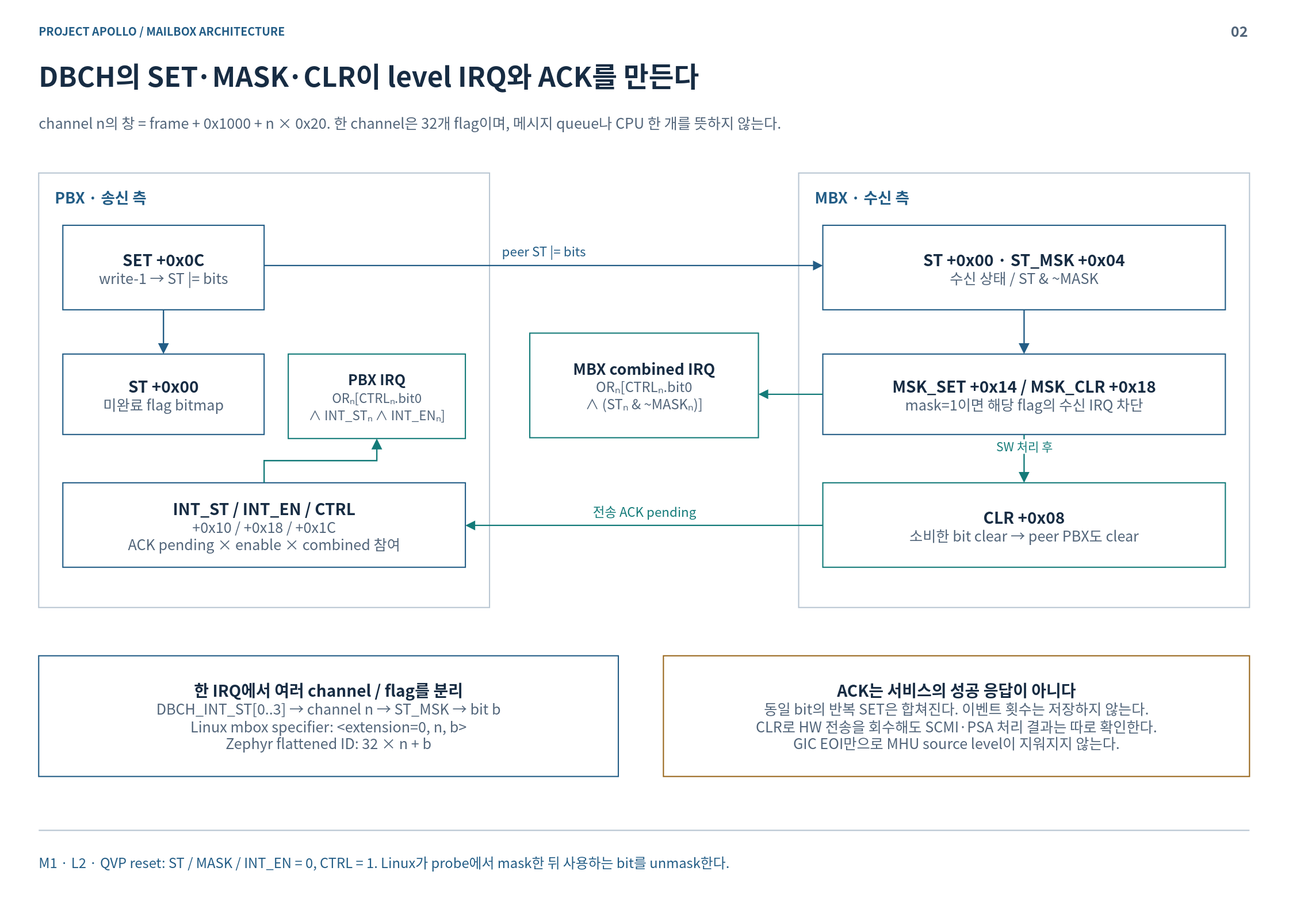
Earlier version of the draw.io export doc/phase1/mailbox/diagrams/02-registers.drawio.svg (cometzero/project-apollo). Source tidied: cells renumbered, new cells last; positions are measured from the earlier drawing's top-left corner, leaving out a move shared by most shapes.
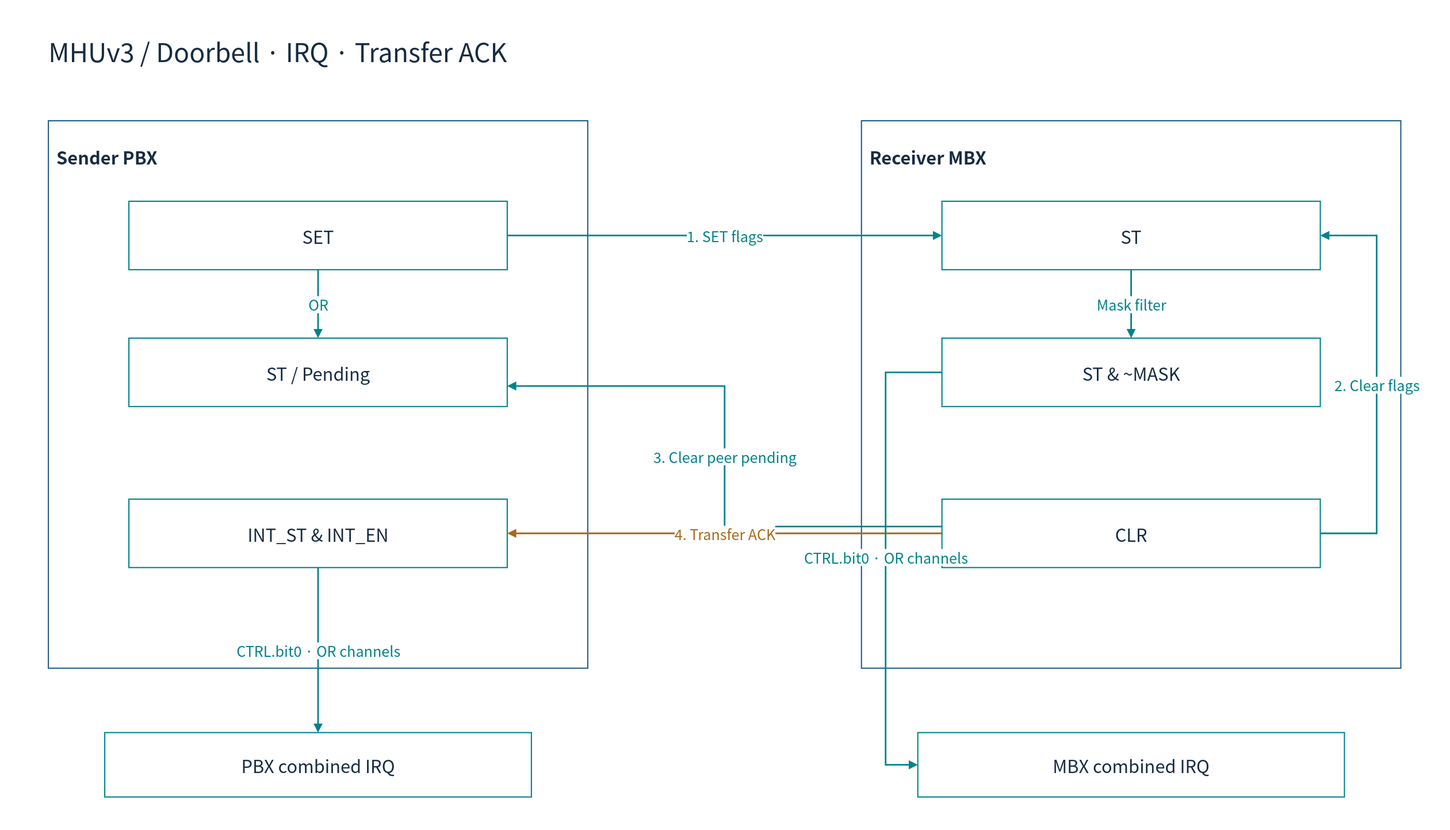
The same diagram one commit later.

The edit, as a diff of the source:
```diff
@@ -2,111 +2,80 @@
   <root>
     <mxCell id="0" />
     <mxCell id="1" parent="0" />
-    <mxCell id="2" style="rounded=0;whiteSpace=wrap;html=1;fillColor=#FFFFFF;strokeWidth=1.5;fontFamily=Noto Sans CJK KR;fontSize=18;spacing=12;fontColor=#172C43;strokeColor=none;" parent="1" vertex="1">
-      <mxGeometry width="1600" height="1120" as="geometry" />
+    <mxCell id="2" style="rounded=0;whiteSpace=wrap;html=1;fillColor=#FFFFFF;strokeColor=none;strokeWidth=1.5;fontColor=#172C43;fontFamily=Noto Sans CJK KR;fontSize=22;spacing=10;" parent="1" vertex="1">
+      <mxGeometry width="1800" height="1030" as="geometry" />
     </mxCell>
-    <mxCell id="3" value="PROJECT APOLLO / MAILBOX ARCHITECTURE" style="rounded=0;whiteSpace=wrap;html=1;fillColor=#FFFFFF;strokeWidth=1.5;fontFamily=Noto Sans CJK KR;fontSize=18;spacing=12;fontColor=#172C43;strokeColor=none;fillColor=none;spacing=0;align=left;verticalAlign=middle;fontSize=14;fontColor=#235D86;fontStyle=1;" parent="1" vertex="1">
-      <mxGeometry x="48" y="26" width="1400" height="24" as="geometry" />
-    </mxCell>
-    <mxCell id="4" value="02" style="rounded=0;whiteSpace=wrap;html=1;fillColor=#FFFFFF;strokeWidth=1.5;fontFamily=Noto Sans CJK KR;fontSize=18;spacing=12;fontColor=#172C43;strokeColor=none;fillColor=none;spacing=0;align=right;verticalAlign=middle;fontSize=18;fontColor=#52657A;fontStyle=1;" parent="1" vertex="1">
-      <mxGeometry x="1485" y="23" width="65" height="30" as="geometry" />
-    </mxCell>
-    <mxCell id="5" value="DBCH의 SET·MASK·CLR이 level IRQ와 ACK를 만든다" style="rounded=0;whiteSpace=wrap;html=1;fillColor=#FFFFFF;strokeWidth=1.5;fontFamily=Noto Sans CJK KR;fontSize=18;spacing=12;fontColor=#172C43;strokeColor=none;fillColor=none;spacing=0;align=left;verticalAlign=middle;fontSize=34;fontColor=#172C43;fontStyle=1;" parent="1" vertex="1">
-      <mxGeometry x="48" y="67" width="1504" height="54" as="geometry" />
+    <mxCell id="5" value="MHUv3 / Doorbell · IRQ · Transfer ACK" style="rounded=0;whiteSpace=wrap;html=1;fillColor=#FFFFFF;strokeColor=none;strokeWidth=1.5;fontColor=#172C43;fontFamily=Noto Sans CJK KR;fontSize=22;spacing=10;fontSize=32;align=left;" parent="1" vertex="1">
+      <mxGeometry x="50" y="30" width="1700" height="65" as="geometry" />
     </mxCell>
-    <mxCell id="6" value="channel n의 창 = frame + 0x1000 + n × 0x20. 한 channel은 32개 flag이며, 메시지 queue나 CPU 한 개를 뜻하지 않는다." style="rounded=0;whiteSpace=wrap;html=1;fillColor=#FFFFFF;strokeWidth=1.5;fontFamily=Noto Sans CJK KR;fontSize=18;spacing=12;fontColor=#172C43;strokeColor=none;fillColor=none;spacing=0;align=left;verticalAlign=middle;fontSize=18;fontColor=#52657A;fontStyle=0;" parent="1" vertex="1">
-      <mxGeometry x="48" y="127" width="1504" height="50" as="geometry" />
-    </mxCell>
-    <mxCell id="7" style="html=1;whiteSpace=nowrap;edgeStyle=none;endArrow=none;endSize=8;strokeWidth=1.6;strokeColor=#BAC7D3;fontColor=#BAC7D3;fontFamily=Noto Sans CJK KR;fontSize=16;labelBackgroundColor=#FFFFFF;dashed=0;" parent="1" edge="1">
-      <mxGeometry relative="1" as="geometry">
-        <mxPoint x="48" y="1032" as="sourcePoint" />
-        <mxPoint x="1552" y="1032" as="targetPoint" />
-      </mxGeometry>
-    </mxCell>
-    <mxCell id="8" value="M1 · L2 · QVP reset: ST / MASK / INT_EN = 0, CTRL = 1. Linux가 probe에서 mask한 뒤 사용하는 bit를 unmask한다." style="rounded=0;whiteSpace=wrap;html=1;fillColor=#FFFFFF;strokeWidth=1.5;fontFamily=Noto Sans CJK KR;fontSize=18;spacing=12;fontColor=#172C43;strokeColor=none;fillColor=none;spacing=0;align=left;verticalAlign=middle;fontSize=17;fontColor=#235D86;fontStyle=0;" parent="1" vertex="1">
-      <mxGeometry x="48" y="1047" width="1504" height="50" as="geometry" />
-    </mxCell>
-    <mxCell id="9" style="rounded=0;whiteSpace=wrap;html=1;fillColor=#FFFFFF;strokeWidth=1.5;fontFamily=Noto Sans CJK KR;fontSize=18;spacing=12;fontColor=#172C43;strokeColor=#BAC7D3;" parent="1" vertex="1">
-      <mxGeometry x="48" y="215" width="560" height="540" as="geometry" />
+    <mxCell id="9" value="Sender PBX" style="rounded=0;whiteSpace=wrap;html=1;fillColor=#FFFFFF;strokeColor=#235D86;strokeWidth=1.5;fontColor=#172C43;fontFamily=Noto Sans CJK KR;fontSize=22;spacing=10;verticalAlign=top;fontStyle=1;spacingTop=16;align=left;" parent="1" vertex="1">
+      <mxGeometry x="60" y="150" width="670" height="680" as="geometry" />
     </mxCell>
-    <mxCell id="10" value="PBX · 송신 측" style="rounded=0;whiteSpace=wrap;html=1;fillColor=#FFFFFF;strokeWidth=1.5;fontFamily=Noto Sans CJK KR;fontSize=18;spacing=12;fontColor=#172C43;strokeColor=none;fillColor=none;spacing=0;align=left;verticalAlign=middle;fontSize=19;fontColor=#235D86;fontStyle=1;" parent="1" vertex="1">
-      <mxGeometry x="68" y="229" width="520" height="32" as="geometry" />
-    </mxCell>
-    <mxCell id="11" value="&lt;b style=&quot;font-size:20px&quot;&gt;SET +0x0C&lt;/b&gt;&lt;br&gt;&lt;font color=&quot;#52657A&quot; style=&quot;font-size:18px&quot;&gt;write-1 → ST |= bits&lt;/font&gt;" style="rounded=0;whiteSpace=wrap;html=1;fillColor=#FFFFFF;strokeWidth=1.5;fontFamily=Noto Sans CJK KR;fontSize=18;spacing=12;fontColor=#172C43;strokeColor=#235D86;" parent="1" vertex="1">
-      <mxGeometry x="78" y="280" width="250" height="105" as="geometry" />
+    <mxCell id="11" value="SET" style="rounded=0;whiteSpace=wrap;html=1;fillColor=#FFFFFF;strokeColor=#00838A;strokeWidth=1.5;fontColor=#172C43;fontFamily=Noto Sans CJK KR;fontSize=22;spacing=10;" parent="9" vertex="1">
+      <mxGeometry x="100" y="100" width="470" height="85" as="geometry" />
     </mxCell>
-    <mxCell id="12" value="&lt;b style=&quot;font-size:20px&quot;&gt;ST +0x00&lt;/b&gt;&lt;br&gt;&lt;font color=&quot;#52657A&quot; style=&quot;font-size:18px&quot;&gt;미완료 flag bitmap&lt;/font&gt;" style="rounded=0;whiteSpace=wrap;html=1;fillColor=#FFFFFF;strokeWidth=1.5;fontFamily=Noto Sans CJK KR;fontSize=18;spacing=12;fontColor=#172C43;strokeColor=#235D86;" parent="1" vertex="1">
-      <mxGeometry x="78" y="440" width="250" height="100" as="geometry" />
-    </mxCell>
+    <mxCell id="30" value="ST / Pending" style="rounded=0;whiteSpace=wrap;html=1;fillColor=#FFFFFF;strokeColor=#00838A;strokeWidth=1.5;fontColor=#172C43;fontFamily=Noto Sans CJK KR;fontSize=22;spacing=10;" parent="9" vertex="1">
+      <mxGeometry x="100" y="270" width="470" height="85" as="geometry" />
+    </mxCell>
-    <mxCell id="13" value="&lt;b style=&quot;font-size:20px&quot;&gt;INT_ST / INT_EN / CTRL&lt;/b&gt;&lt;br&gt;&lt;font color=&quot;#52657A&quot; style=&quot;font-size:18px&quot;&gt;+0x10 / +0x18 / +0x1C&lt;br&gt;ACK pending × enable × combined 참여&lt;/font&gt;" style="rounded=0;whiteSpace=wrap;html=1;fillColor=#FFFFFF;strokeWidth=1.5;fontFamily=Noto Sans CJK KR;fontSize=18;spacing=12;fontColor=#172C43;strokeColor=#235D86;" parent="1" vertex="1">
-      <mxGeometry x="78" y="600" width="500" height="105" as="geometry" />
+    <mxCell id="13" value="INT_ST &amp;amp; INT_EN" style="rounded=0;whiteSpace=wrap;html=1;fillColor=#FFFFFF;strokeColor=#00838A;strokeWidth=1.5;fontColor=#172C43;fontFamily=Noto Sans CJK KR;fontSize=22;spacing=10;" parent="9" vertex="1">
+      <mxGeometry x="100" y="470" width="470" height="85" as="geometry" />
     </mxCell>
-    <mxCell id="14" style="rounded=0;whiteSpace=wrap;html=1;fillColor=#FFFFFF;strokeWidth=1.5;fontFamily=Noto Sans CJK KR;fontSize=18;spacing=12;fontColor=#172C43;strokeColor=#BAC7D3;" parent="1" vertex="1">
-      <mxGeometry x="992" y="215" width="560" height="540" as="geometry" />
+    <mxCell id="14" value="Receiver MBX" style="rounded=0;whiteSpace=wrap;html=1;fillColor=#FFFFFF;strokeColor=#235D86;strokeWidth=1.5;fontColor=#172C43;fontFamily=Noto Sans CJK KR;fontSize=22;spacing=10;verticalAlign=top;fontStyle=1;spacingTop=16;align=left;" parent="1" vertex="1">
+      <mxGeometry x="1070" y="150" width="670" height="680" as="geometry" />
     </mxCell>
-    <mxCell id="15" value="MBX · 수신 측" style="rounded=0;whiteSpace=wrap;html=1;fillColor=#FFFFFF;strokeWidth=1.5;fontFamily=Noto Sans CJK KR;fontSize=18;spacing=12;fontColor=#172C43;strokeColor=none;fillColor=none;spacing=0;align=left;verticalAlign=middle;fontSize=19;fontColor=#235D86;fontStyle=1;" parent="1" vertex="1">
-      <mxGeometry x="1012" y="229" width="520" height="32" as="geometry" />
-    </mxCell>
-    <mxCell id="16" value="&lt;b style=&quot;font-size:20px&quot;&gt;ST +0x00 · ST_MSK +0x04&lt;/b&gt;&lt;br&gt;&lt;font color=&quot;#52657A&quot; style=&quot;font-size:18px&quot;&gt;수신 상태 / ST &amp;amp; ~MASK&lt;/font&gt;" style="rounded=0;whiteSpace=wrap;html=1;fillColor=#FFFFFF;strokeWidth=1.5;fontFamily=Noto Sans CJK KR;fontSize=18;spacing=12;fontColor=#172C43;strokeColor=#235D86;" parent="1" vertex="1">
-      <mxGeometry x="1022" y="280" width="500" height="105" as="geometry" />
-    </mxCell>
+    <mxCell id="31" value="ST" style="rounded=0;whiteSpace=wrap;html=1;fillColor=#FFFFFF;strokeColor=#00838A;strokeWidth=1.5;fontColor=#172C43;fontFamily=Noto Sans CJK KR;fontSize=22;spacing=10;" parent="14" vertex="1">
+      <mxGeometry x="100" y="100" width="470" height="85" as="geometry" />
+    </mxCell>
-    <mxCell id="17" value="&lt;b style=&quot;font-size:20px&quot;&gt;MSK_SET +0x14 / MSK_CLR +0x18&lt;/b&gt;&lt;br&gt;&lt;font color=&quot;#52657A&quot; style=&quot;font-size:18px&quot;&gt;mask=1이면 해당 flag의 수신 IRQ 차단&lt;/font&gt;" style="rounded=0;whiteSpace=wrap;html=1;fillColor=#FFFFFF;strokeWidth=1.5;fontFamily=Noto Sans CJK KR;fontSize=18;spacing=12;fontColor=#172C43;strokeColor=#235D86;" parent="1" vertex="1">
-      <mxGeometry x="1022" y="440" width="500" height="100" as="geometry" />
+    <mxCell id="17" value="ST &amp;amp; ~MASK" style="rounded=0;whiteSpace=wrap;html=1;fillColor=#FFFFFF;strokeColor=#00838A;strokeWidth=1.5;fontColor=#172C43;fontFamily=Noto Sans CJK KR;fontSize=22;spacing=10;" parent="14" vertex="1">
+      <mxGeometry x="100" y="270" width="470" height="85" as="geometry" />
     </mxCell>
-    <mxCell id="18" value="&lt;b style=&quot;font-size:20px&quot;&gt;CLR +0x08&lt;/b&gt;&lt;br&gt;&lt;font color=&quot;#52657A&quot; style=&quot;font-size:18px&quot;&gt;소비한 bit clear → peer PBX도 clear&lt;/font&gt;" style="rounded=0;whiteSpace=wrap;html=1;fillColor=#FFFFFF;strokeWidth=1.5;fontFamily=Noto Sans CJK KR;fontSize=18;spacing=12;fontColor=#172C43;strokeColor=#147B79;" parent="1" vertex="1">
-      <mxGeometry x="1022" y="600" width="500" height="105" as="geometry" />
+    <mxCell id="18" value="CLR" style="rounded=0;whiteSpace=wrap;html=1;fillColor=#FFFFFF;strokeColor=#00838A;strokeWidth=1.5;fontColor=#172C43;fontFamily=Noto Sans CJK KR;fontSize=22;spacing=10;" parent="14" vertex="1">
+      <mxGeometry x="100" y="470" width="470" height="85" as="geometry" />
     </mxCell>
-    <mxCell id="19" style="html=1;whiteSpace=nowrap;edgeStyle=orthogonalEdgeStyle;rounded=0;endArrow=block;endSize=9;strokeWidth=1.7;strokeColor=#235D86;fontColor=#235D86;fontFamily=Noto Sans CJK KR;fontSize=15;labelBackgroundColor=#FFFFFF;" parent="1" edge="1" source="11" target="12">
-      <mxGeometry relative="1" as="geometry">
-        <mxPoint y="-16" as="offset" />
-      </mxGeometry>
-    </mxCell>
-    <mxCell id="20" value="peer ST |= bits" style="html=1;whiteSpace=nowrap;edgeStyle=none;endArrow=block;endSize=8;strokeWidth=1.6;strokeColor=#235D86;fontColor=#235D86;fontFamily=Noto Sans CJK KR;fontSize=16;labelBackgroundColor=#FFFFFF;dashed=0;" parent="1" edge="1">
-      <mxGeometry relative="1" as="geometry">
-        <mxPoint x="328" y="330" as="sourcePoint" />
-        <mxPoint x="1022" y="330" as="targetPoint" />
-        <mxPoint y="-18" as="offset" />
-      </mxGeometry>
-    </mxCell>
-    <mxCell id="21" style="html=1;whiteSpace=nowrap;edgeStyle=orthogonalEdgeStyle;rounded=0;endArrow=block;endSize=9;strokeWidth=1.7;strokeColor=#235D86;fontColor=#235D86;fontFamily=Noto Sans CJK KR;fontSize=15;labelBackgroundColor=#FFFFFF;" parent="1" edge="1" source="16" target="17">
-      <mxGeometry relative="1" as="geometry">
-        <mxPoint y="-16" as="offset" />
-      </mxGeometry>
-    </mxCell>
-    <mxCell id="22" value="SW 처리 후" style="html=1;whiteSpace=nowrap;edgeStyle=orthogonalEdgeStyle;rounded=0;endArrow=block;endSize=9;strokeWidth=1.7;strokeColor=#147B79;fontColor=#147B79;fontFamily=Noto Sans CJK KR;fontSize=15;labelBackgroundColor=#FFFFFF;" parent="1" edge="1" source="17" target="18">
-      <mxGeometry relative="1" as="geometry">
-        <mxPoint y="-16" as="offset" />
-      </mxGeometry>
-    </mxCell>
-    <mxCell id="23" value="전송 ACK pending" style="html=1;whiteSpace=nowrap;edgeStyle=none;endArrow=block;endSize=8;strokeWidth=1.6;strokeColor=#147B79;fontColor=#147B79;fontFamily=Noto Sans CJK KR;fontSize=16;labelBackgroundColor=#FFFFFF;dashed=0;" parent="1" edge="1">
-      <mxGeometry relative="1" as="geometry">
-        <mxPoint x="1022" y="653" as="sourcePoint" />
-        <mxPoint x="578" y="653" as="targetPoint" />
-        <mxPoint y="-18" as="offset" />
-      </mxGeometry>
-    </mxCell>
-    <mxCell id="24" value="&lt;b style=&quot;font-size:19px&quot;&gt;MBX combined IRQ&lt;/b&gt;&lt;br&gt;&lt;font color=&quot;#52657A&quot; style=&quot;font-size:17px&quot;&gt;ORₙ[CTRLₙ.bit0&lt;br&gt;∧ (STₙ &amp;amp; ~MASKₙ)]&lt;/font&gt;" style="rounded=0;whiteSpace=wrap;html=1;fillColor=#FFFFFF;strokeWidth=1.5;fontFamily=Noto Sans CJK KR;fontSize=18;spacing=12;fontColor=#172C43;strokeColor=#147B79;" parent="1" vertex="1">
-      <mxGeometry x="658" y="414" width="284" height="130" as="geometry" />
-    </mxCell>
-    <mxCell id="25" style="html=1;whiteSpace=nowrap;edgeStyle=none;endArrow=block;endSize=8;strokeWidth=1.6;strokeColor=#147B79;fontColor=#147B79;fontFamily=Noto Sans CJK KR;fontSize=16;labelBackgroundColor=#FFFFFF;dashed=0;" parent="1" edge="1">
-      <mxGeometry relative="1" as="geometry">
-        <mxPoint x="1022" y="490" as="sourcePoint" />
-        <mxPoint x="942" y="490" as="targetPoint" />
-      </mxGeometry>
-    </mxCell>
-    <mxCell id="26" value="&lt;b style=&quot;font-size:18px&quot;&gt;PBX IRQ&lt;/b&gt;&lt;br&gt;&lt;font color=&quot;#52657A&quot; style=&quot;font-size:16px&quot;&gt;ORₙ[CTRLₙ.bit0&lt;br&gt;∧ INT_STₙ ∧ INT_ENₙ]&lt;/font&gt;" style="rounded=0;whiteSpace=wrap;html=1;fillColor=#FFFFFF;strokeWidth=1.5;fontFamily=Noto Sans CJK KR;fontSize=18;spacing=12;fontColor=#172C43;strokeColor=#147B79;" parent="1" vertex="1">
-      <mxGeometry x="358" y="440" width="220" height="105" as="geometry" />
-    </mxCell>
-    <mxCell id="27" style="html=1;whiteSpace=nowrap;edgeStyle=orthogonalEdgeStyle;rounded=0;endArrow=block;endSize=9;strokeWidth=1.7;strokeColor=#147B79;fontColor=#147B79;fontFamily=Noto Sans CJK KR;fontSize=15;labelBackgroundColor=#FFFFFF;" parent="1" edge="1" source="13" target="26">
-      <mxGeometry relative="1" as="geometry">
-        <mxPoint y="-16" as="offset" />
-      </mxGeometry>
-    </mxCell>
-    <mxCell id="28" value="&lt;b style=&quot;font-size:20px&quot;&gt;한 IRQ에서 여러 channel / flag를 분리&lt;/b&gt;&lt;br&gt;&lt;font color=&quot;#52657A&quot; style=&quot;font-size:18px&quot;&gt;DBCH_INT_ST[0..3] → channel n → ST_MSK → bit b&lt;br&gt;Linux mbox specifier: &amp;lt;extension=0, n, b&amp;gt;&lt;br&gt;Zephyr flattened ID: 32 × n + b&lt;/font&gt;" style="rounded=0;whiteSpace=wrap;html=1;fillColor=#FFFFFF;strokeWidth=1.5;fontFamily=Noto Sans CJK KR;fontSize=18;spacing=12;fontColor=#172C43;strokeColor=#235D86;" parent="1" vertex="1">
-      <mxGeometry x="48" y="815" width="720" height="150" as="geometry" />
-    </mxCell>
-    <mxCell id="29" value="&lt;b style=&quot;font-size:20px&quot;&gt;ACK는 서비스의 성공 응답이 아니다&lt;/b&gt;&lt;br&gt;&lt;font color=&quot;#52657A&quot; style=&quot;font-size:18px&quot;&gt;동일 bit의 반복 SET은 합쳐진다. 이벤트 횟수는 저장하지 않는다.&lt;br&gt;CLR로 HW 전송을 회수해도 SCMI·PSA 처리 결과는 따로 확인한다.&lt;br&gt;GIC EOI만으로 MHU source level이 지워지지 않는다.&lt;/font&gt;" style="rounded=0;whiteSpace=wrap;html=1;fillColor=#FFFFFF;strokeWidth=1.5;fontFamily=Noto Sans CJK KR;fontSize=18;spacing=12;fontColor=#172C43;strokeColor=#9A681E;" parent="1" vertex="1">
-      <mxGeometry x="824" y="815" width="728" height="150" as="geometry" />
-    </mxCell>
+    <mxCell id="32" value="OR" style="edgeStyle=orthogonalEdgeStyle;rounded=0;html=1;endArrow=block;endFill=1;strokeWidth=2;strokeColor=#00838A;fontColor=#00838A;fontFamily=Noto Sans CJK KR;fontSize=18;labelBackgroundColor=#FFFFFF;exitX=0.5;exitY=1;entryX=0.5;entryY=0;" parent="1" edge="1" source="11" target="30">
+      <mxGeometry relative="1" as="geometry" />
+    </mxCell>
+    <mxCell id="33" value="1. SET flags" style="edgeStyle=orthogonalEdgeStyle;rounded=0;html=1;endArrow=block;endFill=1;strokeWidth=2;strokeColor=#00838A;fontColor=#00838A;fontFamily=Noto Sans CJK KR;fontSize=18;labelBackgroundColor=#FFFFFF;exitX=1;exitY=0.5;entryX=0;entryY=0.5;" parent="1" edge="1" source="11" target="31">
+      <mxGeometry relative="1" as="geometry" />
+    </mxCell>
+    <mxCell id="34" value="Mask filter" style="edgeStyle=orthogonalEdgeStyle;rounded=0;html=1;endArrow=block;endFill=1;strokeWidth=2;strokeColor=#00838A;fontColor=#00838A;fontFamily=Noto Sans CJK KR;fontSize=18;labelBackgroundColor=#FFFFFF;exitX=0.5;exitY=1;entryX=0.5;entryY=0;" parent="1" edge="1" source="31" target="17">
+      <mxGeometry relative="1" as="geometry" />
+    </mxCell>
+    <mxCell id="35" value="3. Clear peer pending" style="edgeStyle=orthogonalEdgeStyle;rounded=0;html=1;endArrow=block;endFill=1;strokeWidth=2;strokeColor=#00838A;fontColor=#00838A;fontFamily=Noto Sans CJK KR;fontSize=18;labelBackgroundColor=#FFFFFF;exitX=0;exitY=0.4;entryX=1;entryY=0.7;" parent="1" edge="1" source="18" target="30">
+      <mxGeometry relative="1" as="geometry">
+        <Array as="points">
+          <mxPoint x="900" y="654" />
+          <mxPoint x="900" y="480" />
+        </Array>
+      </mxGeometry>
+    </mxCell>
+    <mxCell id="36" value="4. Transfer ACK" style="edgeStyle=orthogonalEdgeStyle;rounded=0;html=1;endArrow=block;endFill=1;strokeWidth=2;strokeColor=#A56A1A;fontColor=#A56A1A;fontFamily=Noto Sans CJK KR;fontSize=18;labelBackgroundColor=#FFFFFF;exitX=0;exitY=0.5;entryX=1;entryY=0.5;" parent="1" edge="1" source="18" target="13">
+      <mxGeometry relative="1" as="geometry" />
+    </mxCell>
+    <mxCell id="37" value="2. Clear flags" style="edgeStyle=orthogonalEdgeStyle;rounded=0;html=1;endArrow=block;endFill=1;strokeWidth=2;strokeColor=#00838A;fontColor=#00838A;fontFamily=Noto Sans CJK KR;fontSize=18;labelBackgroundColor=#FFFFFF;exitX=1;exitY=0.5;entryX=1;entryY=0.5;" parent="1" edge="1" source="18" target="31">
+      <mxGeometry relative="1" as="geometry">
+        <Array as="points">
+          <mxPoint x="1710" y="662" />
+          <mxPoint x="1710" y="292" />
+        </Array>
+      </mxGeometry>
+    </mxCell>
+    <mxCell id="38" value="MBX combined IRQ" style="rounded=0;whiteSpace=wrap;html=1;fillColor=#FFFFFF;strokeColor=#00838A;strokeWidth=1.5;fontColor=#172C43;fontFamily=Noto Sans CJK KR;fontSize=22;spacing=10;" parent="1" vertex="1">
+      <mxGeometry x="1140" y="910" width="530" height="80" as="geometry" />
+    </mxCell>
+    <mxCell id="39" value="PBX combined IRQ" style="rounded=0;whiteSpace=wrap;html=1;fillColor=#FFFFFF;strokeColor=#00838A;strokeWidth=1.5;fontColor=#172C43;fontFamily=Noto Sans CJK KR;fontSize=22;spacing=10;" parent="1" vertex="1">
+      <mxGeometry x="130" y="910" width="530" height="80" as="geometry" />
+    </mxCell>
+    <mxCell id="40" value="CTRL.bit0 · OR channels" style="edgeStyle=orthogonalEdgeStyle;rounded=0;html=1;endArrow=block;endFill=1;strokeWidth=2;strokeColor=#00838A;fontColor=#00838A;fontFamily=Noto Sans CJK KR;fontSize=18;labelBackgroundColor=#FFFFFF;exitX=0;exitY=0.5;entryX=0;entryY=0.5;" parent="1" edge="1" source="17" target="38">
+      <mxGeometry relative="1" as="geometry">
+        <Array as="points">
+          <mxPoint x="1100" y="462" />
+          <mxPoint x="1100" y="950" />
+        </Array>
+      </mxGeometry>
+    </mxCell>
+    <mxCell id="41" value="CTRL.bit0 · OR channels" style="edgeStyle=orthogonalEdgeStyle;rounded=0;html=1;endArrow=block;endFill=1;strokeWidth=2;strokeColor=#00838A;fontColor=#00838A;fontFamily=Noto Sans CJK KR;fontSize=18;labelBackgroundColor=#FFFFFF;exitX=0.5;exitY=1;entryX=0.5;entryY=0;" parent="1" edge="1" source="13" target="39">
+      <mxGeometry relative="1" as="geometry" />
+    </mxCell>
   </root>
 </mxGraphModel>
```
